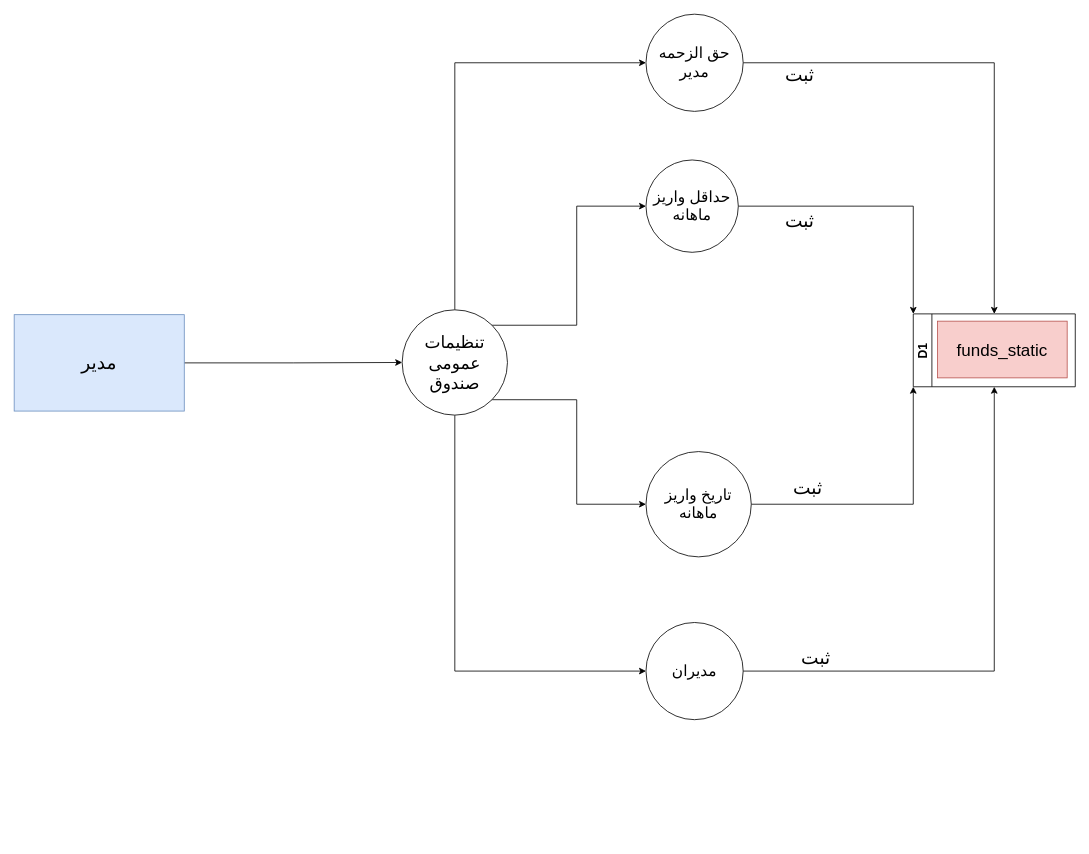
Above: page "فرایند تنظیمات عمومی صندوق" (4 of 6) of vam.drawio in sultanmrf/analysis_vamilon (draw.io), before the change. Source tidied: cells renumbered, new cells numbered last; positions are measured from the earlier drawing's top-left corner, leaving out a move shared by most shapes. Both pictures are drawn from the tidied source at 81%, with x=0, y=0 at pixel (14, 14).
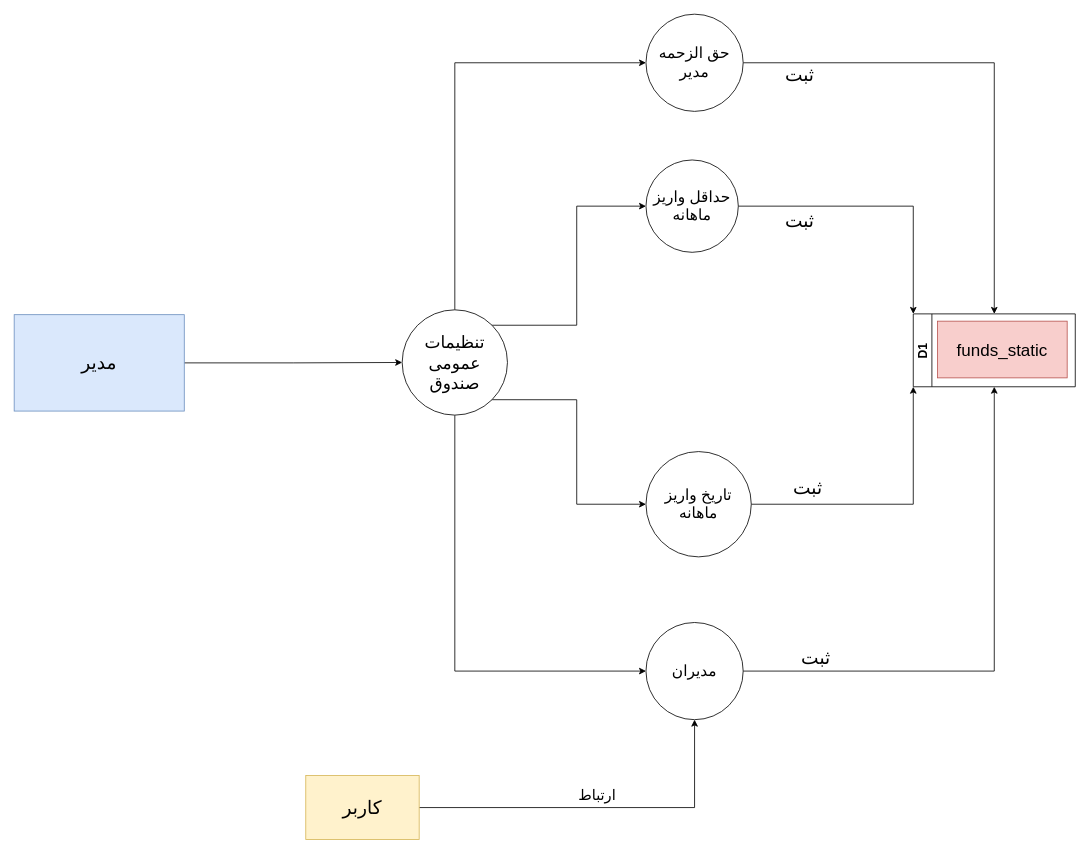
After the change.

The change refers to these unchanged cells:
```xml
<mxCell id="16" value="&lt;font style=&quot;font-size: 19px&quot;&gt;مدیران&lt;/font&gt;" style="ellipse;whiteSpace=wrap;html=1;" parent="1" vertex="1">
  <mxGeometry x="780" y="751" width="120" height="120" as="geometry" />
</mxCell>
```

What changed in the source:
```diff
@@
+    <mxCell id="24" style="edgeStyle=orthogonalEdgeStyle;rounded=0;jettySize=auto;html=1;entryX=0.5;entryY=1;entryDx=0;entryDy=0;" parent="1" edge="1" source="25" target="16">
+      <mxGeometry relative="1" as="geometry" />
+    </mxCell>
+    <mxCell id="25" value="&lt;font style=&quot;font-size: 23px&quot;&gt;کاربر&lt;/font&gt;" style="rounded=0;whiteSpace=wrap;html=1;fontSize=19;fillColor=#fff2cc;strokeColor=#d6b656;" parent="1" vertex="1">
+      <mxGeometry x="360" y="940" width="140" height="79" as="geometry" />
+    </mxCell>
+    <mxCell id="26" value="&lt;font style=&quot;font-size: 18px&quot;&gt;ارتباط&lt;/font&gt;" style="text;html=1;strokeColor=none;fillColor=none;align=center;verticalAlign=middle;whiteSpace=wrap;rounded=0;" parent="1" vertex="1">
+      <mxGeometry x="630" y="950" width="180" height="30" as="geometry" />
+    </mxCell>
```
